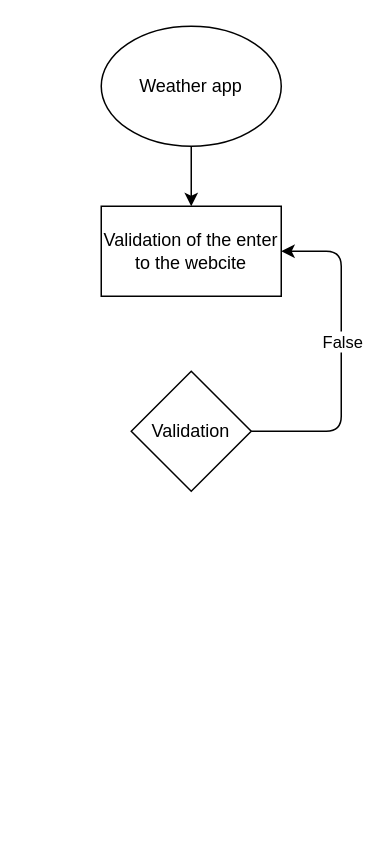
This is DF.drawio from dublind/WeatherAPP, a draw.io file, before an edit. Source tidied: cells renumbered, new cells numbered last; positions are measured from the earlier drawing's top-left corner, leaving out a move shared by most shapes. Both pictures are drawn from the tidied source at 150%, with x=0, y=0 at pixel (100, 26).
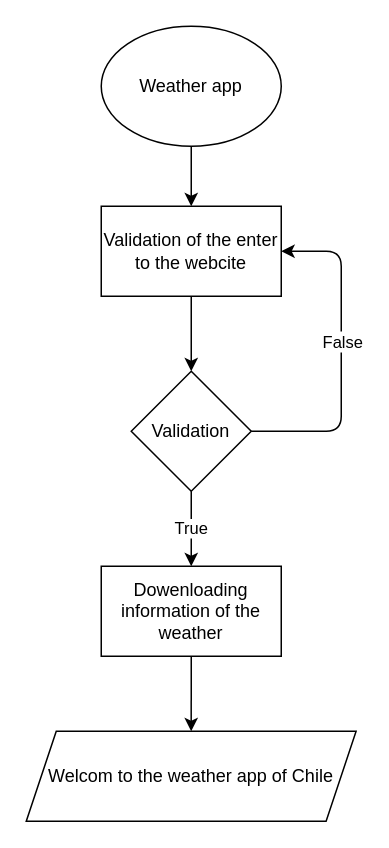
The same page after the edit.

The edit, as a diff of the source:
```diff
@@
 <mxGraphModel>
   <root>
     <mxCell id="0" />
     <mxCell id="1" parent="0" />
     <mxCell id="2" style="edgeStyle=none;html=1;exitX=0.5;exitY=1;exitDx=0;exitDy=0;entryX=0.5;entryY=0;entryDx=0;entryDy=0;" parent="1" edge="1" source="3" target="4">
       <mxGeometry relative="1" as="geometry" />
     </mxCell>
     <mxCell id="3" value="Weather app" style="ellipse;whiteSpace=wrap;html=1;" parent="1" vertex="1">
       <mxGeometry width="120" height="80" as="geometry" />
     </mxCell>
+    <mxCell id="9" style="edgeStyle=none;html=1;exitX=0.5;exitY=1;exitDx=0;exitDy=0;" parent="1" edge="1" source="4" target="8">
+      <mxGeometry relative="1" as="geometry" />
+    </mxCell>
     <mxCell id="4" value="Validation of the enter to the webcite" style="rounded=0;whiteSpace=wrap;html=1;" parent="1" vertex="1">
       <mxGeometry y="120" width="120" height="60" as="geometry" />
     </mxCell>
     <mxCell id="5" style="edgeStyle=orthogonalEdgeStyle;html=1;exitX=1;exitY=0.5;exitDx=0;exitDy=0;entryX=1;entryY=0.5;entryDx=0;entryDy=0;" parent="1" edge="1" source="8" target="4">
       <mxGeometry relative="1" as="geometry">
         <Array as="points">
           <mxPoint x="160" y="270" />
           <mxPoint x="160" y="150" />
         </Array>
       </mxGeometry>
     </mxCell>
     <mxCell id="6" value="Text" style="edgeLabel;html=1;align=center;verticalAlign=middle;" parent="5" vertex="1">
       <mxGeometry x="0.1" y="2" relative="1" as="geometry" />
     </mxCell>
     <mxCell id="7" value="False" style="edgeLabel;html=1;align=center;verticalAlign=middle;" parent="5" vertex="1">
       <mxGeometry x="0.09" relative="1" as="geometry" />
     </mxCell>
+    <mxCell id="10" value="True" style="edgeStyle=none;html=1;exitX=0.5;exitY=1;exitDx=0;exitDy=0;" parent="1" edge="1" source="8" target="12">
+      <mxGeometry relative="1" as="geometry" />
+    </mxCell>
     <mxCell id="8" value="Validation" style="rhombus;whiteSpace=wrap;html=1;" parent="1" vertex="1">
       <mxGeometry x="20" y="230" width="80" height="80" as="geometry" />
     </mxCell>
+    <mxCell id="11" style="edgeStyle=none;html=1;exitX=0.5;exitY=1;exitDx=0;exitDy=0;" parent="1" edge="1" source="12" target="13">
+      <mxGeometry relative="1" as="geometry" />
+    </mxCell>
+    <mxCell id="12" value="Dowenloading information of the weather" style="rounded=0;whiteSpace=wrap;html=1;" parent="1" vertex="1">
+      <mxGeometry y="360" width="120" height="60" as="geometry" />
+    </mxCell>
+    <mxCell id="13" value="Welcom to the weather app of Chile" style="shape=parallelogram;perimeter=parallelogramPerimeter;whiteSpace=wrap;html=1;fixedSize=1;" parent="1" vertex="1">
+      <mxGeometry x="-50" y="470" width="219.9" height="60" as="geometry" />
+    </mxCell>
   </root>
 </mxGraphModel>
```
